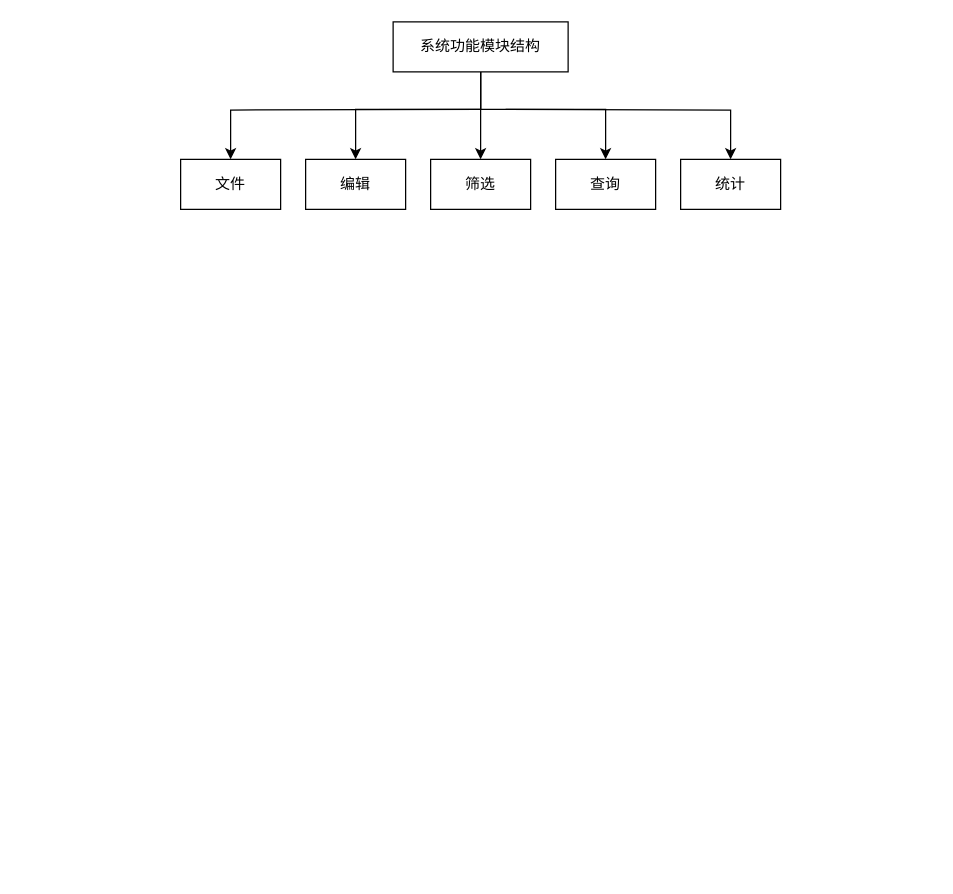
Above: 系统功能模块结构.drawio in AgentGuo/flow_chart (draw.io), before the change. Source tidied: cells renumbered, new cells numbered last; positions are measured from the earlier drawing's top-left corner, leaving out a move shared by most shapes. Both pictures are drawn from the tidied source at 125%, with x=0, y=0 at pixel (180, 21).
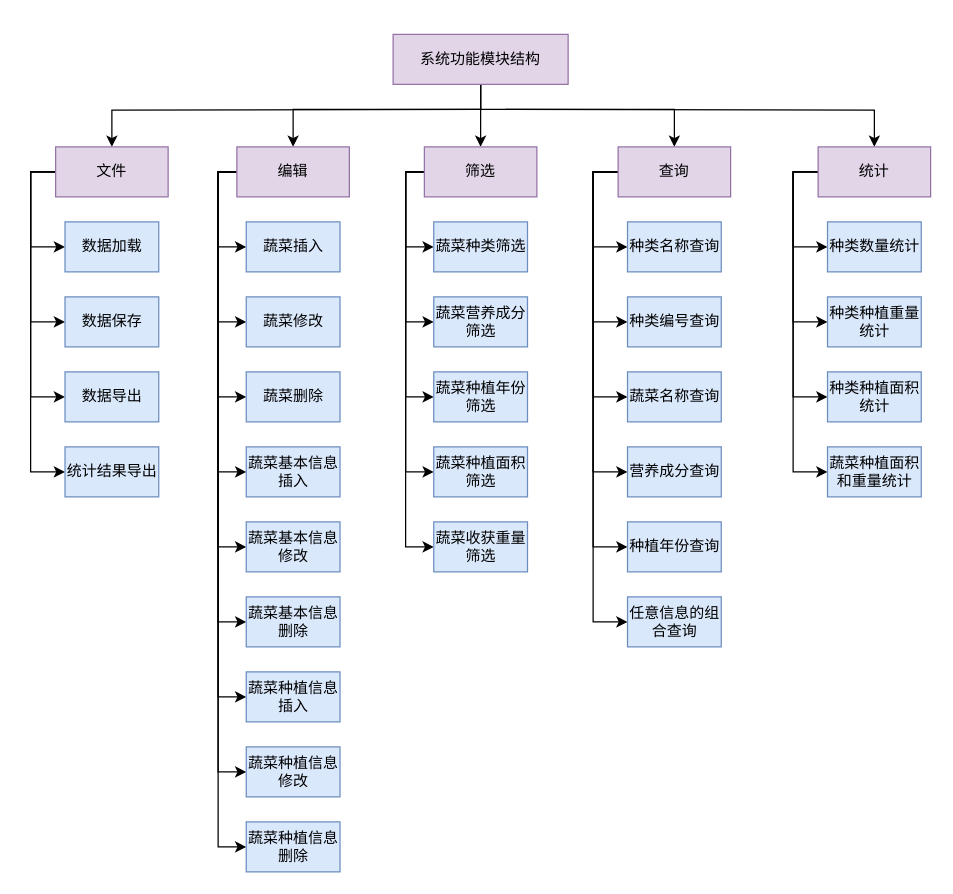
After the change.

Commit message (it also covers changes not shown here):
更新系统功能模块结构.drawio

Diff of the diagram source:
```diff
@@
     <mxCell id="3" style="edgeStyle=orthogonalEdgeStyle;rounded=0;jettySize=auto;html=1;entryX=0.5;entryY=0;entryDx=0;entryDy=0;" parent="1" edge="1" source="7" target="9">
       <mxGeometry relative="1" as="geometry">
         <Array as="points">
           <mxPoint x="240" y="70" />
-          <mxPoint x="140" y="70" />
+          <mxPoint x="90" y="70" />
         </Array>
       </mxGeometry>
     </mxCell>
@@
     <mxCell id="5" style="edgeStyle=orthogonalEdgeStyle;rounded=0;jettySize=auto;html=1;entryX=0.5;entryY=0;entryDx=0;entryDy=0;" parent="1" edge="1" source="7" target="10">
       <mxGeometry relative="1" as="geometry">
         <Array as="points">
           <mxPoint x="240" y="70" />
-          <mxPoint x="340" y="70" />
+          <mxPoint x="395" y="70" />
         </Array>
       </mxGeometry>
     </mxCell>
@@
-    <mxCell id="7" value="系统功能模块结构" style="rounded=0;whiteSpace=wrap;html=1;" parent="1" vertex="1">
-      <mxGeometry x="170" width="140" height="40" as="geometry" />
+    <mxCell id="7" value="系统功能模块结构" style="rounded=0;whiteSpace=wrap;html=1;fillColor=#e1d5e7;strokeColor=#9673a6;" parent="1" vertex="1">
+      <mxGeometry x="170" y="10" width="140" height="40" as="geometry" />
     </mxCell>
+    <mxCell id="13" style="edgeStyle=orthogonalEdgeStyle;rounded=0;jettySize=auto;html=1;exitX=0;exitY=0.5;exitDx=0;exitDy=0;" parent="1" edge="1" source="8" target="17">
+      <mxGeometry relative="1" as="geometry">
+        <Array as="points">
+          <mxPoint x="-120" y="120" />
+          <mxPoint x="-120" y="180" />
+        </Array>
+      </mxGeometry>
+    </mxCell>
+    <mxCell id="14" style="edgeStyle=orthogonalEdgeStyle;rounded=0;jettySize=auto;html=1;entryX=0;entryY=0.5;entryDx=0;entryDy=0;exitX=0;exitY=0.5;exitDx=0;exitDy=0;" parent="1" edge="1" source="8" target="42">
+      <mxGeometry relative="1" as="geometry">
+        <Array as="points">
+          <mxPoint x="-120" y="120" />
+          <mxPoint x="-120" y="240" />
+        </Array>
+      </mxGeometry>
+    </mxCell>
+    <mxCell id="15" style="edgeStyle=orthogonalEdgeStyle;rounded=0;jettySize=auto;html=1;entryX=0;entryY=0.5;entryDx=0;entryDy=0;exitX=0;exitY=0.5;exitDx=0;exitDy=0;" parent="1" edge="1" source="8" target="43">
+      <mxGeometry relative="1" as="geometry">
+        <Array as="points">
+          <mxPoint x="-120" y="120" />
+          <mxPoint x="-120" y="300" />
+        </Array>
+      </mxGeometry>
+    </mxCell>
+    <mxCell id="16" style="edgeStyle=orthogonalEdgeStyle;rounded=0;jettySize=auto;html=1;exitX=0;exitY=0.5;exitDx=0;exitDy=0;" parent="1" edge="1" source="8" target="44">
+      <mxGeometry relative="1" as="geometry">
+        <Array as="points">
+          <mxPoint x="-120" y="120" />
+          <mxPoint x="-120" y="360" />
+        </Array>
+      </mxGeometry>
+    </mxCell>
-    <mxCell id="8" value="文件" style="rounded=0;whiteSpace=wrap;html=1;" parent="1" vertex="1">
-      <mxGeometry y="110" width="80" height="40" as="geometry" />
+    <mxCell id="8" value="文件" style="rounded=0;whiteSpace=wrap;html=1;fillColor=#e1d5e7;strokeColor=#9673a6;" parent="1" vertex="1">
+      <mxGeometry x="-100" y="100" width="90" height="40" as="geometry" />
     </mxCell>
+    <mxCell id="17" value="数据加载" style="rounded=0;whiteSpace=wrap;html=1;fillColor=#dae8fc;strokeColor=#6c8ebf;" parent="1" vertex="1">
+      <mxGeometry x="-92.5" y="160" width="75" height="40" as="geometry" />
+    </mxCell>
+    <mxCell id="18" style="edgeStyle=orthogonalEdgeStyle;rounded=0;jettySize=auto;html=1;" parent="1" edge="1" source="9" target="45">
+      <mxGeometry relative="1" as="geometry">
+        <Array as="points">
+          <mxPoint x="30" y="120" />
+          <mxPoint x="30" y="180" />
+        </Array>
+      </mxGeometry>
+    </mxCell>
+    <mxCell id="19" style="edgeStyle=orthogonalEdgeStyle;rounded=0;jettySize=auto;html=1;" parent="1" edge="1" source="9" target="46">
+      <mxGeometry relative="1" as="geometry">
+        <Array as="points">
+          <mxPoint x="30" y="120" />
+          <mxPoint x="30" y="240" />
+        </Array>
+      </mxGeometry>
+    </mxCell>
+    <mxCell id="20" style="edgeStyle=orthogonalEdgeStyle;rounded=0;jettySize=auto;html=1;" parent="1" edge="1" source="9" target="47">
+      <mxGeometry relative="1" as="geometry">
+        <Array as="points">
+          <mxPoint x="30" y="120" />
+          <mxPoint x="30" y="300" />
+        </Array>
+      </mxGeometry>
+    </mxCell>
+    <mxCell id="21" style="edgeStyle=orthogonalEdgeStyle;rounded=0;jettySize=auto;html=1;" parent="1" edge="1" source="9" target="48">
+      <mxGeometry relative="1" as="geometry">
+        <Array as="points">
+          <mxPoint x="30" y="120" />
+          <mxPoint x="30" y="360" />
+        </Array>
+      </mxGeometry>
+    </mxCell>
+    <mxCell id="22" style="edgeStyle=orthogonalEdgeStyle;rounded=0;jettySize=auto;html=1;" parent="1" edge="1" source="9" target="49">
+      <mxGeometry relative="1" as="geometry">
+        <Array as="points">
+          <mxPoint x="30" y="120" />
+          <mxPoint x="30" y="420" />
+        </Array>
+      </mxGeometry>
+    </mxCell>
+    <mxCell id="23" style="edgeStyle=orthogonalEdgeStyle;rounded=0;jettySize=auto;html=1;" parent="1" edge="1" source="9" target="50">
+      <mxGeometry relative="1" as="geometry">
+        <Array as="points">
+          <mxPoint x="30" y="120" />
+          <mxPoint x="30" y="480" />
+        </Array>
+      </mxGeometry>
+    </mxCell>
+    <mxCell id="24" style="edgeStyle=orthogonalEdgeStyle;rounded=0;jettySize=auto;html=1;" parent="1" edge="1" source="9" target="51">
+      <mxGeometry relative="1" as="geometry">
+        <Array as="points">
+          <mxPoint x="30" y="120" />
+          <mxPoint x="30" y="540" />
+        </Array>
+      </mxGeometry>
+    </mxCell>
+    <mxCell id="25" style="edgeStyle=orthogonalEdgeStyle;rounded=0;jettySize=auto;html=1;" parent="1" edge="1" source="9" target="52">
+      <mxGeometry relative="1" as="geometry">
+        <Array as="points">
+          <mxPoint x="30" y="120" />
+          <mxPoint x="30" y="600" />
+        </Array>
+      </mxGeometry>
+    </mxCell>
+    <mxCell id="26" style="edgeStyle=orthogonalEdgeStyle;rounded=0;jettySize=auto;html=1;" parent="1" edge="1" source="9" target="53">
+      <mxGeometry relative="1" as="geometry">
+        <Array as="points">
+          <mxPoint x="30" y="120" />
+          <mxPoint x="30" y="660" />
+        </Array>
+      </mxGeometry>
+    </mxCell>
-    <mxCell id="9" value="编辑" style="rounded=0;whiteSpace=wrap;html=1;" parent="1" vertex="1">
-      <mxGeometry x="100" y="110" width="80" height="40" as="geometry" />
+    <mxCell id="9" value="编辑" style="rounded=0;whiteSpace=wrap;html=1;fillColor=#e1d5e7;strokeColor=#9673a6;" parent="1" vertex="1">
+      <mxGeometry x="45" y="100" width="90" height="40" as="geometry" />
     </mxCell>
+    <mxCell id="27" style="edgeStyle=orthogonalEdgeStyle;rounded=0;jettySize=auto;html=1;" parent="1" edge="1" source="10" target="59">
+      <mxGeometry relative="1" as="geometry">
+        <Array as="points">
+          <mxPoint x="330" y="120" />
+          <mxPoint x="330" y="180" />
+        </Array>
+      </mxGeometry>
+    </mxCell>
+    <mxCell id="28" style="edgeStyle=orthogonalEdgeStyle;rounded=0;jettySize=auto;html=1;" parent="1" edge="1" source="10" target="60">
+      <mxGeometry relative="1" as="geometry">
+        <Array as="points">
+          <mxPoint x="330" y="120" />
+          <mxPoint x="330" y="240" />
+        </Array>
+      </mxGeometry>
+    </mxCell>
+    <mxCell id="29" style="edgeStyle=orthogonalEdgeStyle;rounded=0;jettySize=auto;html=1;" parent="1" edge="1" source="10" target="61">
+      <mxGeometry relative="1" as="geometry">
+        <Array as="points">
+          <mxPoint x="330" y="120" />
+          <mxPoint x="330" y="300" />
+        </Array>
+      </mxGeometry>
+    </mxCell>
+    <mxCell id="30" style="edgeStyle=orthogonalEdgeStyle;rounded=0;jettySize=auto;html=1;" parent="1" edge="1" source="10" target="62">
+      <mxGeometry relative="1" as="geometry">
+        <Array as="points">
+          <mxPoint x="330" y="120" />
+          <mxPoint x="330" y="360" />
+        </Array>
+      </mxGeometry>
+    </mxCell>
+    <mxCell id="31" style="edgeStyle=orthogonalEdgeStyle;rounded=0;jettySize=auto;html=1;" parent="1" edge="1" source="10" target="63">
+      <mxGeometry relative="1" as="geometry">
+        <Array as="points">
+          <mxPoint x="330" y="120" />
+          <mxPoint x="330" y="420" />
+        </Array>
+      </mxGeometry>
+    </mxCell>
+    <mxCell id="32" style="edgeStyle=orthogonalEdgeStyle;rounded=0;jettySize=auto;html=1;" parent="1" edge="1" source="10" target="64">
+      <mxGeometry relative="1" as="geometry">
+        <Array as="points">
+          <mxPoint x="330" y="120" />
+          <mxPoint x="330" y="480" />
+        </Array>
+      </mxGeometry>
+    </mxCell>
-    <mxCell id="10" value="查询" style="rounded=0;whiteSpace=wrap;html=1;" parent="1" vertex="1">
-      <mxGeometry x="300" y="110" width="80" height="40" as="geometry" />
+    <mxCell id="10" value="查询" style="rounded=0;whiteSpace=wrap;html=1;fillColor=#e1d5e7;strokeColor=#9673a6;" parent="1" vertex="1">
+      <mxGeometry x="350" y="100" width="90" height="40" as="geometry" />
     </mxCell>
+    <mxCell id="33" style="edgeStyle=orthogonalEdgeStyle;rounded=0;jettySize=auto;html=1;" parent="1" edge="1" source="11" target="65">
+      <mxGeometry relative="1" as="geometry">
+        <Array as="points">
+          <mxPoint x="490" y="120" />
+          <mxPoint x="490" y="180" />
+        </Array>
+      </mxGeometry>
+    </mxCell>
+    <mxCell id="34" style="edgeStyle=orthogonalEdgeStyle;rounded=0;jettySize=auto;html=1;" parent="1" edge="1" source="11" target="66">
+      <mxGeometry relative="1" as="geometry">
+        <Array as="points">
+          <mxPoint x="490" y="120" />
+          <mxPoint x="490" y="240" />
+        </Array>
+      </mxGeometry>
+    </mxCell>
+    <mxCell id="35" style="edgeStyle=orthogonalEdgeStyle;rounded=0;jettySize=auto;html=1;" parent="1" edge="1" source="11" target="67">
+      <mxGeometry relative="1" as="geometry">
+        <Array as="points">
+          <mxPoint x="490" y="120" />
+          <mxPoint x="490" y="300" />
+        </Array>
+      </mxGeometry>
+    </mxCell>
+    <mxCell id="36" style="edgeStyle=orthogonalEdgeStyle;rounded=0;jettySize=auto;html=1;" parent="1" edge="1" source="11" target="68">
+      <mxGeometry relative="1" as="geometry">
+        <Array as="points">
+          <mxPoint x="490" y="120" />
+          <mxPoint x="490" y="360" />
+        </Array>
+      </mxGeometry>
+    </mxCell>
-    <mxCell id="11" value="统计" style="rounded=0;whiteSpace=wrap;html=1;" parent="1" vertex="1">
-      <mxGeometry x="400" y="110" width="80" height="40" as="geometry" />
+    <mxCell id="11" value="统计" style="rounded=0;whiteSpace=wrap;html=1;fillColor=#e1d5e7;strokeColor=#9673a6;" parent="1" vertex="1">
+      <mxGeometry x="510" y="100" width="90" height="40" as="geometry" />
     </mxCell>
+    <mxCell id="37" style="edgeStyle=orthogonalEdgeStyle;rounded=0;jettySize=auto;html=1;" parent="1" edge="1" source="12" target="54">
+      <mxGeometry relative="1" as="geometry">
+        <Array as="points">
+          <mxPoint x="180" y="120" />
+          <mxPoint x="180" y="180" />
+        </Array>
+      </mxGeometry>
+    </mxCell>
+    <mxCell id="38" style="edgeStyle=orthogonalEdgeStyle;rounded=0;jettySize=auto;html=1;" parent="1" edge="1" source="12" target="55">
+      <mxGeometry relative="1" as="geometry">
+        <Array as="points">
+          <mxPoint x="180" y="120" />
+          <mxPoint x="180" y="240" />
+        </Array>
+      </mxGeometry>
+    </mxCell>
+    <mxCell id="39" style="edgeStyle=orthogonalEdgeStyle;rounded=0;jettySize=auto;html=1;" parent="1" edge="1" source="12" target="56">
+      <mxGeometry relative="1" as="geometry">
+        <Array as="points">
+          <mxPoint x="180" y="120" />
+          <mxPoint x="180" y="300" />
+        </Array>
+      </mxGeometry>
+    </mxCell>
+    <mxCell id="40" style="edgeStyle=orthogonalEdgeStyle;rounded=0;jettySize=auto;html=1;" parent="1" edge="1" source="12" target="57">
+      <mxGeometry relative="1" as="geometry">
+        <Array as="points">
+          <mxPoint x="180" y="120" />
+          <mxPoint x="180" y="360" />
+        </Array>
+      </mxGeometry>
+    </mxCell>
+    <mxCell id="41" style="edgeStyle=orthogonalEdgeStyle;rounded=0;jettySize=auto;html=1;" parent="1" edge="1" source="12" target="58">
+      <mxGeometry relative="1" as="geometry">
+        <Array as="points">
+          <mxPoint x="180" y="120" />
+          <mxPoint x="180" y="420" />
+        </Array>
+      </mxGeometry>
+    </mxCell>
-    <mxCell id="12" value="筛选" style="rounded=0;whiteSpace=wrap;html=1;" parent="1" vertex="1">
-      <mxGeometry x="200" y="110" width="80" height="40" as="geometry" />
+    <mxCell id="12" value="筛选" style="rounded=0;whiteSpace=wrap;html=1;fillColor=#e1d5e7;strokeColor=#9673a6;" parent="1" vertex="1">
+      <mxGeometry x="195" y="100" width="90" height="40" as="geometry" />
     </mxCell>
+    <mxCell id="42" value="数据保存" style="rounded=0;whiteSpace=wrap;html=1;fillColor=#dae8fc;strokeColor=#6c8ebf;" parent="1" vertex="1">
+      <mxGeometry x="-92.5" y="220" width="75" height="40" as="geometry" />
+    </mxCell>
+    <mxCell id="43" value="数据导出" style="rounded=0;whiteSpace=wrap;html=1;fillColor=#dae8fc;strokeColor=#6c8ebf;" parent="1" vertex="1">
+      <mxGeometry x="-92.5" y="280" width="75" height="40" as="geometry" />
+    </mxCell>
+    <mxCell id="44" value="统计结果导出" style="rounded=0;whiteSpace=wrap;html=1;fillColor=#dae8fc;strokeColor=#6c8ebf;" parent="1" vertex="1">
+      <mxGeometry x="-92.5" y="340" width="75" height="40" as="geometry" />
+    </mxCell>
+    <mxCell id="45" value="蔬菜插入" style="rounded=0;whiteSpace=wrap;html=1;fillColor=#dae8fc;strokeColor=#6c8ebf;" parent="1" vertex="1">
+      <mxGeometry x="52.5" y="160" width="75" height="40" as="geometry" />
+    </mxCell>
+    <mxCell id="46" value="蔬菜修改" style="rounded=0;whiteSpace=wrap;html=1;fillColor=#dae8fc;strokeColor=#6c8ebf;" parent="1" vertex="1">
+      <mxGeometry x="52.5" y="220" width="75" height="40" as="geometry" />
+    </mxCell>
+    <mxCell id="47" value="蔬菜删除" style="rounded=0;whiteSpace=wrap;html=1;fillColor=#dae8fc;strokeColor=#6c8ebf;" parent="1" vertex="1">
+      <mxGeometry x="52.5" y="280" width="75" height="40" as="geometry" />
+    </mxCell>
+    <mxCell id="48" value="蔬菜基本信息插入" style="rounded=0;whiteSpace=wrap;html=1;fillColor=#dae8fc;strokeColor=#6c8ebf;" parent="1" vertex="1">
+      <mxGeometry x="52.5" y="340" width="75" height="40" as="geometry" />
+    </mxCell>
+    <mxCell id="49" value="蔬菜基本信息修改" style="rounded=0;whiteSpace=wrap;html=1;fillColor=#dae8fc;strokeColor=#6c8ebf;" parent="1" vertex="1">
+      <mxGeometry x="52.5" y="400" width="75" height="40" as="geometry" />
+    </mxCell>
+    <mxCell id="50" value="蔬菜基本信息删除" style="rounded=0;whiteSpace=wrap;html=1;fillColor=#dae8fc;strokeColor=#6c8ebf;" parent="1" vertex="1">
+      <mxGeometry x="52.5" y="460" width="75" height="40" as="geometry" />
+    </mxCell>
+    <mxCell id="51" value="蔬菜种植信息插入" style="rounded=0;whiteSpace=wrap;html=1;fillColor=#dae8fc;strokeColor=#6c8ebf;" parent="1" vertex="1">
+      <mxGeometry x="52.5" y="520" width="75" height="40" as="geometry" />
+    </mxCell>
+    <mxCell id="52" value="蔬菜种植信息修改" style="rounded=0;whiteSpace=wrap;html=1;fillColor=#dae8fc;strokeColor=#6c8ebf;" parent="1" vertex="1">
+      <mxGeometry x="52.5" y="580" width="75" height="40" as="geometry" />
+    </mxCell>
+    <mxCell id="53" value="蔬菜种植信息删除" style="rounded=0;whiteSpace=wrap;html=1;fillColor=#dae8fc;strokeColor=#6c8ebf;" parent="1" vertex="1">
+      <mxGeometry x="52.5" y="640" width="75" height="40" as="geometry" />
+    </mxCell>
+    <mxCell id="54" value="蔬菜种类筛选" style="rounded=0;whiteSpace=wrap;html=1;fillColor=#dae8fc;strokeColor=#6c8ebf;" parent="1" vertex="1">
+      <mxGeometry x="202.5" y="160" width="75" height="40" as="geometry" />
+    </mxCell>
+    <mxCell id="55" value="蔬菜营养成分筛选" style="rounded=0;whiteSpace=wrap;html=1;fillColor=#dae8fc;strokeColor=#6c8ebf;" parent="1" vertex="1">
+      <mxGeometry x="202.5" y="220" width="75" height="40" as="geometry" />
+    </mxCell>
+    <mxCell id="56" value="蔬菜种植年份筛选" style="rounded=0;whiteSpace=wrap;html=1;fillColor=#dae8fc;strokeColor=#6c8ebf;" parent="1" vertex="1">
+      <mxGeometry x="202.5" y="280" width="75" height="40" as="geometry" />
+    </mxCell>
+    <mxCell id="57" value="蔬菜种植面积筛选" style="rounded=0;whiteSpace=wrap;html=1;fillColor=#dae8fc;strokeColor=#6c8ebf;" parent="1" vertex="1">
+      <mxGeometry x="202.5" y="340" width="75" height="40" as="geometry" />
+    </mxCell>
+    <mxCell id="58" value="蔬菜收获重量筛选" style="rounded=0;whiteSpace=wrap;html=1;fillColor=#dae8fc;strokeColor=#6c8ebf;" parent="1" vertex="1">
+      <mxGeometry x="202.5" y="400" width="75" height="40" as="geometry" />
+    </mxCell>
+    <mxCell id="59" value="种类名称查询" style="rounded=0;whiteSpace=wrap;html=1;fillColor=#dae8fc;strokeColor=#6c8ebf;" parent="1" vertex="1">
+      <mxGeometry x="357.5" y="160" width="75" height="40" as="geometry" />
+    </mxCell>
+    <mxCell id="60" value="种类编号查询" style="rounded=0;whiteSpace=wrap;html=1;fillColor=#dae8fc;strokeColor=#6c8ebf;" parent="1" vertex="1">
+      <mxGeometry x="357.5" y="220" width="75" height="40" as="geometry" />
+    </mxCell>
+    <mxCell id="61" value="蔬菜名称查询" style="rounded=0;whiteSpace=wrap;html=1;fillColor=#dae8fc;strokeColor=#6c8ebf;" parent="1" vertex="1">
+      <mxGeometry x="357.5" y="280" width="75" height="40" as="geometry" />
+    </mxCell>
+    <mxCell id="62" value="营养成分查询" style="rounded=0;whiteSpace=wrap;html=1;fillColor=#dae8fc;strokeColor=#6c8ebf;" parent="1" vertex="1">
+      <mxGeometry x="357.5" y="340" width="75" height="40" as="geometry" />
+    </mxCell>
+    <mxCell id="63" value="种植年份查询" style="rounded=0;whiteSpace=wrap;html=1;fillColor=#dae8fc;strokeColor=#6c8ebf;" parent="1" vertex="1">
+      <mxGeometry x="357.5" y="400" width="75" height="40" as="geometry" />
+    </mxCell>
+    <mxCell id="64" value="任意信息的组合查询" style="rounded=0;whiteSpace=wrap;html=1;fillColor=#dae8fc;strokeColor=#6c8ebf;" parent="1" vertex="1">
+      <mxGeometry x="357.5" y="460" width="75" height="40" as="geometry" />
+    </mxCell>
+    <mxCell id="65" value="种类数量统计" style="rounded=0;whiteSpace=wrap;html=1;fillColor=#dae8fc;strokeColor=#6c8ebf;" parent="1" vertex="1">
+      <mxGeometry x="517.5" y="160" width="75" height="40" as="geometry" />
+    </mxCell>
+    <mxCell id="66" value="种类种植重量统计" style="rounded=0;whiteSpace=wrap;html=1;fillColor=#dae8fc;strokeColor=#6c8ebf;" parent="1" vertex="1">
+      <mxGeometry x="517.5" y="220" width="75" height="40" as="geometry" />
+    </mxCell>
+    <mxCell id="67" value="种类种植面积统计" style="rounded=0;whiteSpace=wrap;html=1;fillColor=#dae8fc;strokeColor=#6c8ebf;" parent="1" vertex="1">
+      <mxGeometry x="517.5" y="280" width="75" height="40" as="geometry" />
+    </mxCell>
+    <mxCell id="68" value="蔬菜种植面积和重量统计" style="rounded=0;whiteSpace=wrap;html=1;fillColor=#dae8fc;strokeColor=#6c8ebf;" parent="1" vertex="1">
+      <mxGeometry x="517.5" y="340" width="75" height="40" as="geometry" />
+    </mxCell>
```
